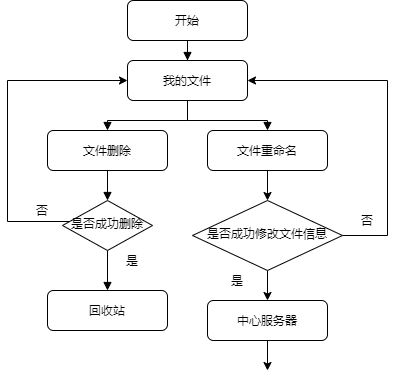
Earlier version of the draw.io export 文件管理流程图.png (deepinsea/draw). Source tidied: cells renumbered, new cells last; positions are measured from the earlier drawing's top-left corner, leaving out a move shared by most shapes.
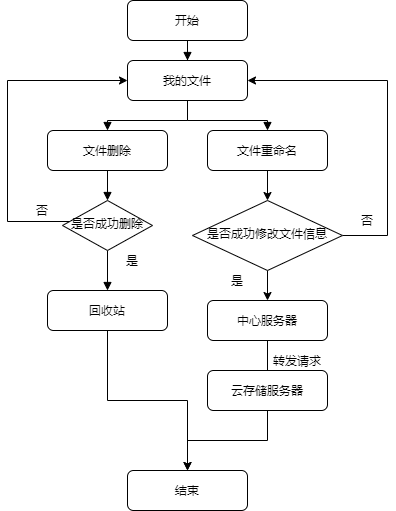
After the change.

Commit message:
更新文件管理流程图.png

What changed in the source:
```diff
@@ -33,6 +33,9 @@
     <mxCell id="10" value="是否成功删除" style="rhombus;whiteSpace=wrap;html=1;shadow=0;fontFamily=Helvetica;fontSize=12;align=center;strokeWidth=1;spacing=6;spacingTop=-4;" parent="1" vertex="1">
       <mxGeometry x="55" y="200" width="90" height="50" as="geometry" />
     </mxCell>
+    <mxCell id="26" style="edgeStyle=orthogonalEdgeStyle;rounded=0;jettySize=auto;html=1;startArrow=none;startFill=0;endArrow=classic;endFill=1;" parent="1" edge="1" source="11" target="30">
+      <mxGeometry relative="1" as="geometry" />
+    </mxCell>
     <mxCell id="11" value="回收站" style="rounded=1;whiteSpace=wrap;html=1;fontSize=12;glass=0;strokeWidth=1;shadow=0;" parent="1" vertex="1">
       <mxGeometry x="40" y="290" width="120" height="40" as="geometry" />
     </mxCell>
@@ -78,11 +81,23 @@
     </mxCell>
     <mxCell id="24" style="edgeStyle=orthogonalEdgeStyle;rounded=0;jettySize=auto;html=1;startArrow=none;startFill=0;endArrow=classic;endFill=1;" parent="1" edge="1" source="25">
       <mxGeometry relative="1" as="geometry">
-        <mxPoint x="260" y="370" as="targetPoint" />
+        <mxPoint x="260" y="380" as="targetPoint" />
       </mxGeometry>
     </mxCell>
     <mxCell id="25" value="中心服务器" style="rounded=1;whiteSpace=wrap;html=1;fontSize=12;glass=0;strokeWidth=1;shadow=0;" parent="1" vertex="1">
       <mxGeometry x="200" y="300" width="120" height="40" as="geometry" />
     </mxCell>
+    <mxCell id="27" style="edgeStyle=orthogonalEdgeStyle;rounded=0;jettySize=auto;html=1;entryX=0.5;entryY=0;entryDx=0;entryDy=0;startArrow=none;startFill=0;endArrow=classic;endFill=1;" parent="1" edge="1" source="28" target="30">
+      <mxGeometry relative="1" as="geometry" />
+    </mxCell>
+    <mxCell id="28" value="云存储服务器" style="rounded=1;whiteSpace=wrap;html=1;fontSize=12;glass=0;strokeWidth=1;shadow=0;" parent="1" vertex="1">
+      <mxGeometry x="200" y="370" width="120" height="40" as="geometry" />
+    </mxCell>
+    <mxCell id="29" value="转发请求" style="text;html=1;strokeColor=none;fillColor=none;align=center;verticalAlign=middle;whiteSpace=wrap;rounded=0;" parent="1" vertex="1">
+      <mxGeometry x="260" y="350" width="60" height="20" as="geometry" />
+    </mxCell>
+    <mxCell id="30" value="结束" style="rounded=1;whiteSpace=wrap;html=1;fontSize=12;glass=0;strokeWidth=1;shadow=0;" parent="1" vertex="1">
+      <mxGeometry x="120" y="470" width="120" height="40" as="geometry" />
+    </mxCell>
   </root>
 </mxGraphModel>
```
